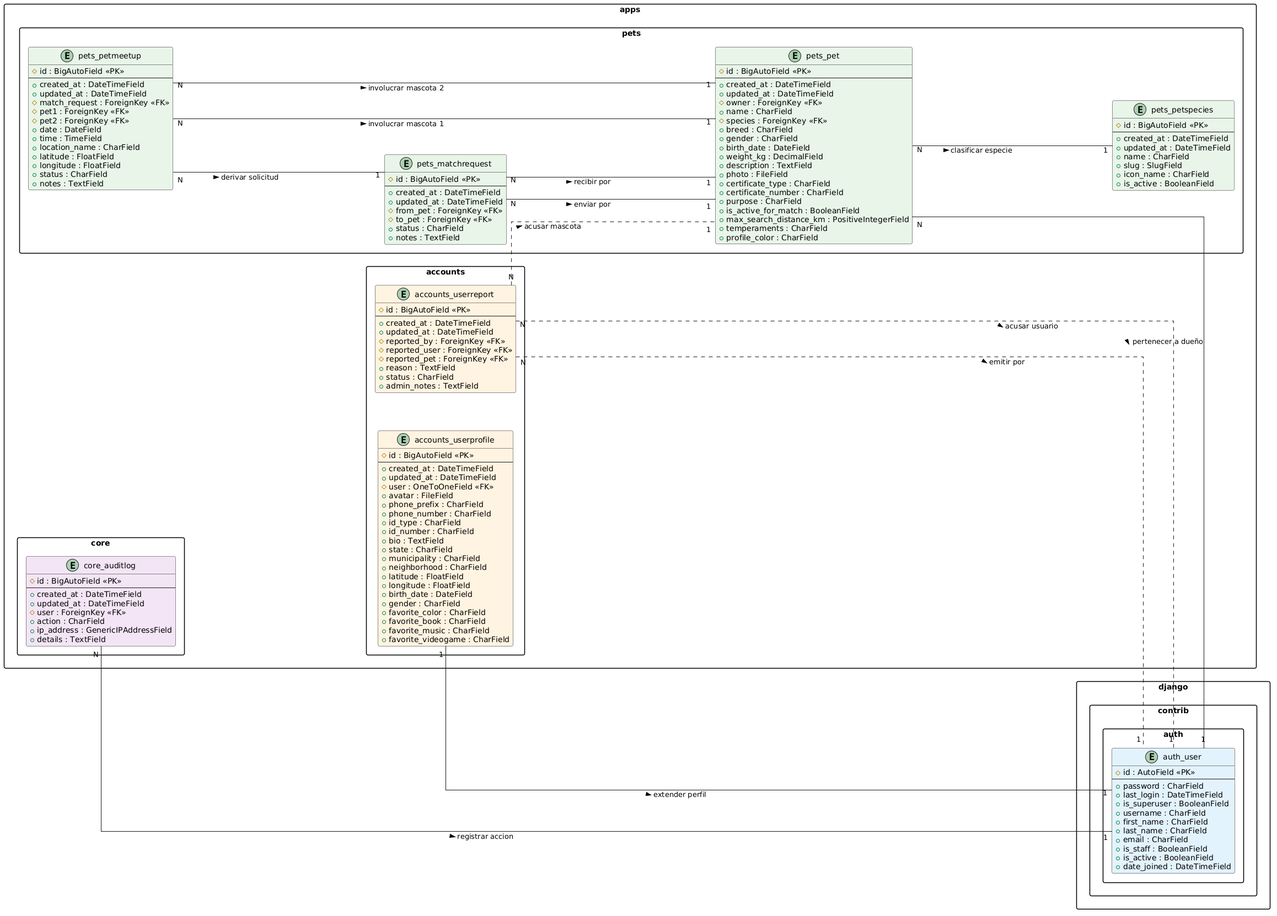
Before: docs/petly_er_mvp.png, a diagram exported from PlantUML (ATI1-team-4/pet-social-network).
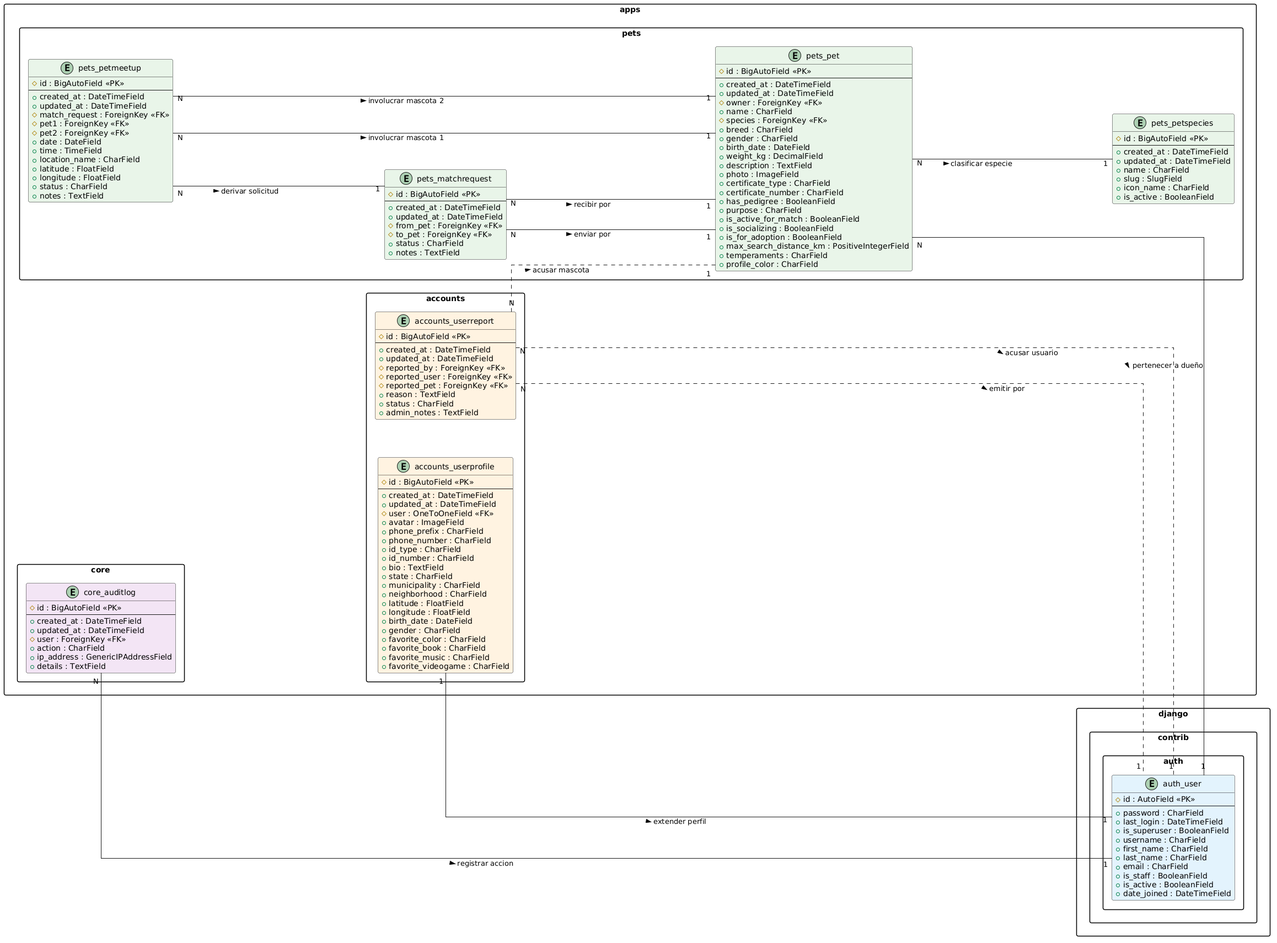
After the commit.

Commit message:
docs(er): update entity-relationship diagram with current database schema

What changed in the source:
```diff
@@ -32,7 +32,7 @@
     + created_at : DateTimeField
     + updated_at : DateTimeField
     # user : OneToOneField <<FK>>
-    + avatar : FileField
+    + avatar : ImageField
     + phone_prefix : CharField
     + phone_number : CharField
     + id_type : CharField
@@ -88,11 +88,14 @@
     + birth_date : DateField
     + weight_kg : DecimalField
     + description : TextField
-    + photo : FileField
+    + photo : ImageField
     + certificate_type : CharField
     + certificate_number : CharField
+    + has_pedigree : BooleanField
     + purpose : CharField
     + is_active_for_match : BooleanField
+    + is_socializing : BooleanField
+    + is_for_adoption : BooleanField
     + max_search_distance_km : PositiveIntegerField
     + temperaments : CharField
     + profile_color : CharField
```
